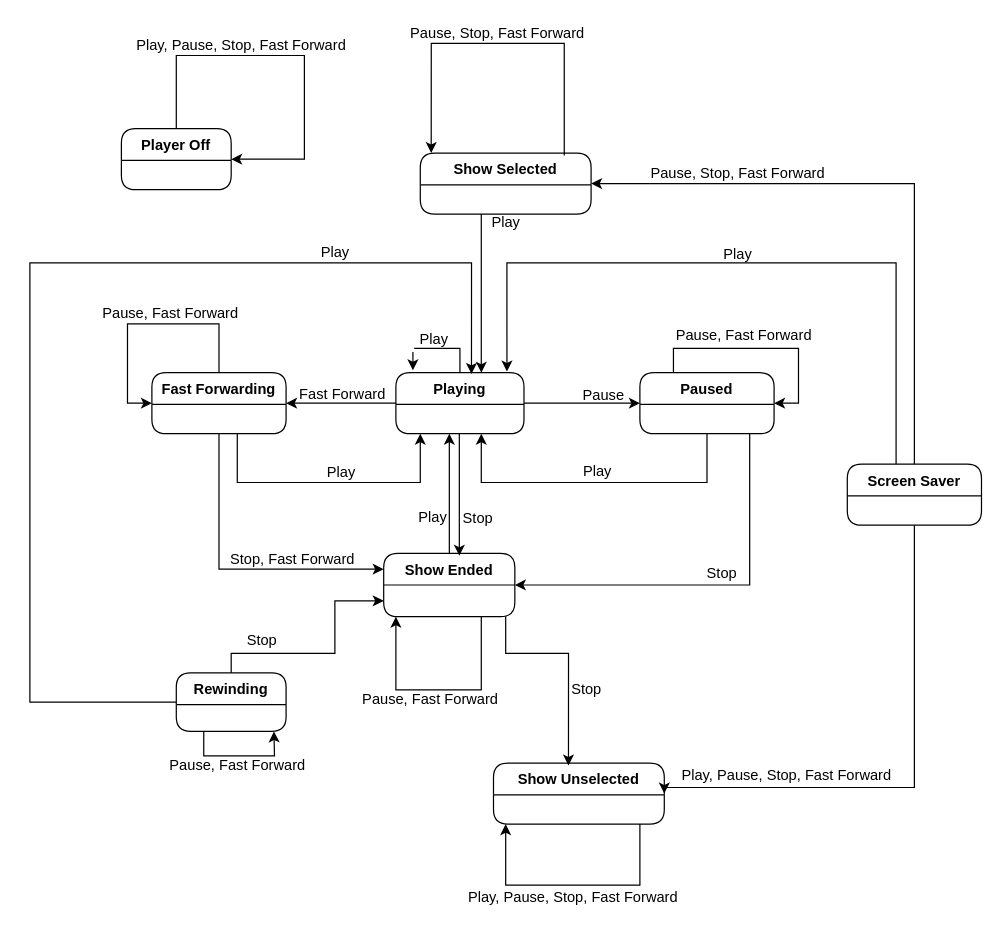
The draw.io diagram Documents/StateTransitionDiagram.drawio in JosephJackels/ICS372GP2, before the edit. Source tidied: cells renumbered, new cells numbered last; positions are measured from the earlier drawing's top-left corner, leaving out a move shared by most shapes. Both pictures are drawn from the tidied source at 122%, with x=0, y=0 at pixel (29, 21).
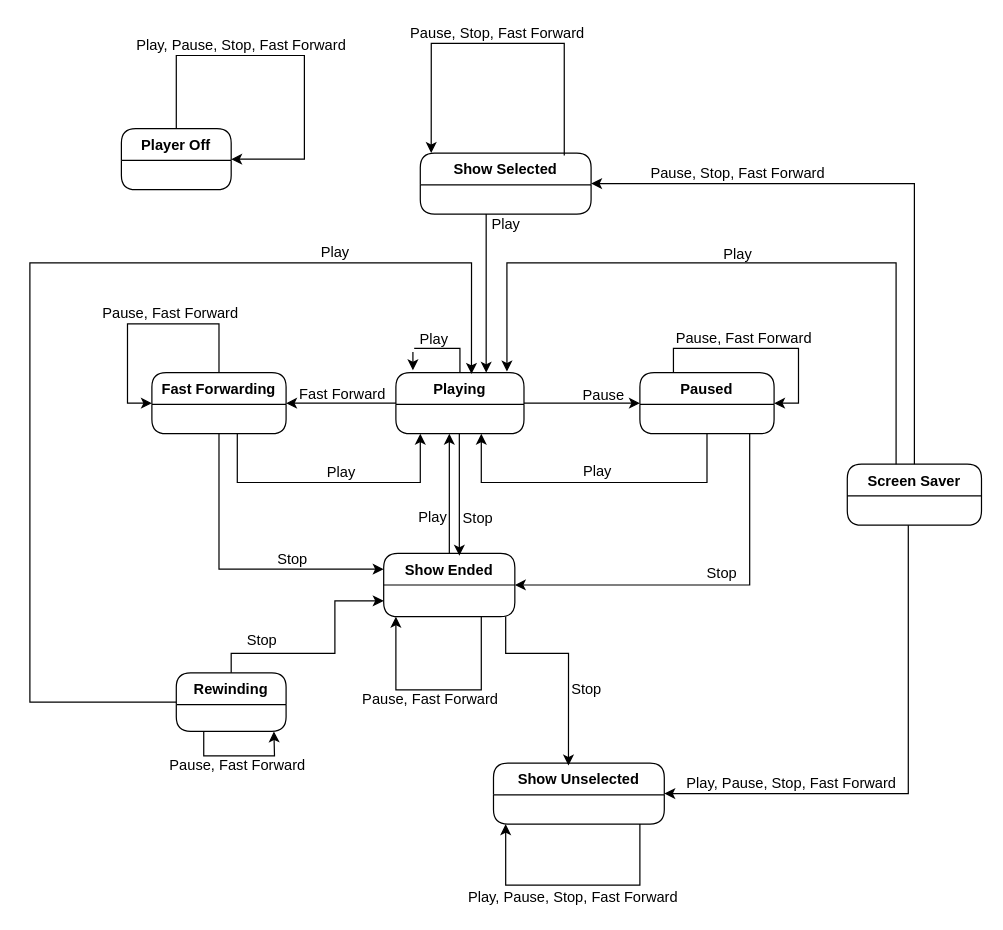
The same diagram, later.

Commit message (it also covers changes not shown here):
updated state transition table and state transition diagram

Unchanged cells that the change refers to:
```xml
<mxCell id="18" value="Show Unselected" style="swimlane;fontStyle=1;horizontal=1;startSize=26;fillColor=none;shadow=0;comic=0;strokeWidth=1;rounded=1;swimlaneLine=1;" parent="1" vertex="1">
  <mxGeometry x="380" y="608" width="140" height="50" as="geometry" />
</mxCell>
<mxCell id="20" value="Show Selected" style="swimlane;fontStyle=1;horizontal=1;startSize=26;fillColor=none;shadow=0;comic=0;strokeWidth=1;rounded=1;swimlaneLine=1;" parent="1" vertex="1">
  <mxGeometry x="320" y="108" width="140" height="50" as="geometry" />
</mxCell>
<mxCell id="28" value="Screen Saver" style="swimlane;fontStyle=1;horizontal=1;startSize=26;fillColor=none;shadow=0;comic=0;strokeWidth=1;rounded=1;swimlaneLine=1;" parent="1" vertex="1">
  <mxGeometry x="670" y="363" width="110" height="50" as="geometry" />
</mxCell>
```

Diff of the diagram source:
```diff
@@
-    <mxCell id="19" style="edgeStyle=orthogonalEdgeStyle;rounded=0;jettySize=auto;html=1;" parent="1" edge="1" source="20">
+    <mxCell id="19" style="edgeStyle=orthogonalEdgeStyle;rounded=0;orthogonalLoop=1;jettySize=auto;html=1;" parent="1" edge="1">
       <mxGeometry relative="1" as="geometry">
-        <mxPoint x="370" y="288" as="targetPoint" />
+        <mxPoint x="374" y="158" as="sourcePoint" />
+        <mxPoint x="374" y="288" as="targetPoint" />
         <Array as="points">
-          <mxPoint x="370" y="288" />
+          <mxPoint x="374" y="288" />
         </Array>
       </mxGeometry>
     </mxCell>
@@
-    <mxCell id="26" style="edgeStyle=orthogonalEdgeStyle;rounded=0;jettySize=auto;html=1;entryX=1;entryY=0.5;entryDx=0;entryDy=0;" parent="1" edge="1" target="18">
-      <mxGeometry relative="1" as="geometry">
-        <mxPoint x="725" y="413" as="sourcePoint" />
-        <Array as="points">
-          <mxPoint x="725" y="628" />
-          <mxPoint x="520" y="628" />
-        </Array>
-      </mxGeometry>
-    </mxCell>
@@
+    <mxCell id="58" style="edgeStyle=orthogonalEdgeStyle;rounded=0;jettySize=auto;html=1;entryX=1;entryY=0.5;entryDx=0;entryDy=0;" parent="1" edge="1" source="28" target="18">
+      <mxGeometry relative="1" as="geometry">
+        <Array as="points">
+          <mxPoint x="720" y="633" />
+        </Array>
+      </mxGeometry>
+    </mxCell>
@@
-    <mxCell id="34" value="&lt;div&gt;Stop, Fast Forward&lt;br&gt;&lt;/div&gt;" style="text;html=1;align=center;verticalAlign=middle;strokeColor=none;fillColor=none;" parent="1" vertex="1">
-      <mxGeometry x="155" y="431" width="120" height="20" as="geometry" />
+    <mxCell id="34" value="&lt;div&gt;Stop&lt;br&gt;&lt;/div&gt;" style="text;html=1;align=center;verticalAlign=middle;strokeColor=none;fillColor=none;" parent="1" vertex="1">
+      <mxGeometry x="195" y="431" width="40" height="20" as="geometry" />
     </mxCell>
@@
     <mxCell id="36" value="Play, Pause, Stop, Fast Forward" style="text;html=1;align=center;verticalAlign=middle;strokeColor=none;fillColor=none;" parent="1" vertex="1">
-      <mxGeometry x="525" y="608" width="190" height="20" as="geometry" />
+      <mxGeometry x="529" y="615" width="190" height="20" as="geometry" />
     </mxCell>
@@
     <mxCell id="42" value="&lt;div&gt;Pause, Fast Forward&lt;/div&gt;" style="text;html=1;align=center;verticalAlign=middle;strokeColor=none;fillColor=none;" parent="1" vertex="1">
-      <mxGeometry x="520" y="248" width="130" height="20" as="geometry" />
+      <mxGeometry x="520" y="250" width="130" height="20" as="geometry" />
     </mxCell>
@@
     <mxCell id="47" value="&lt;div&gt;Play&lt;/div&gt;" style="text;html=1;align=center;verticalAlign=middle;strokeColor=none;fillColor=none;" parent="1" vertex="1">
-      <mxGeometry x="370" y="155" width="40" height="20" as="geometry" />
+      <mxGeometry x="370" y="157" width="40" height="20" as="geometry" />
     </mxCell>
```
